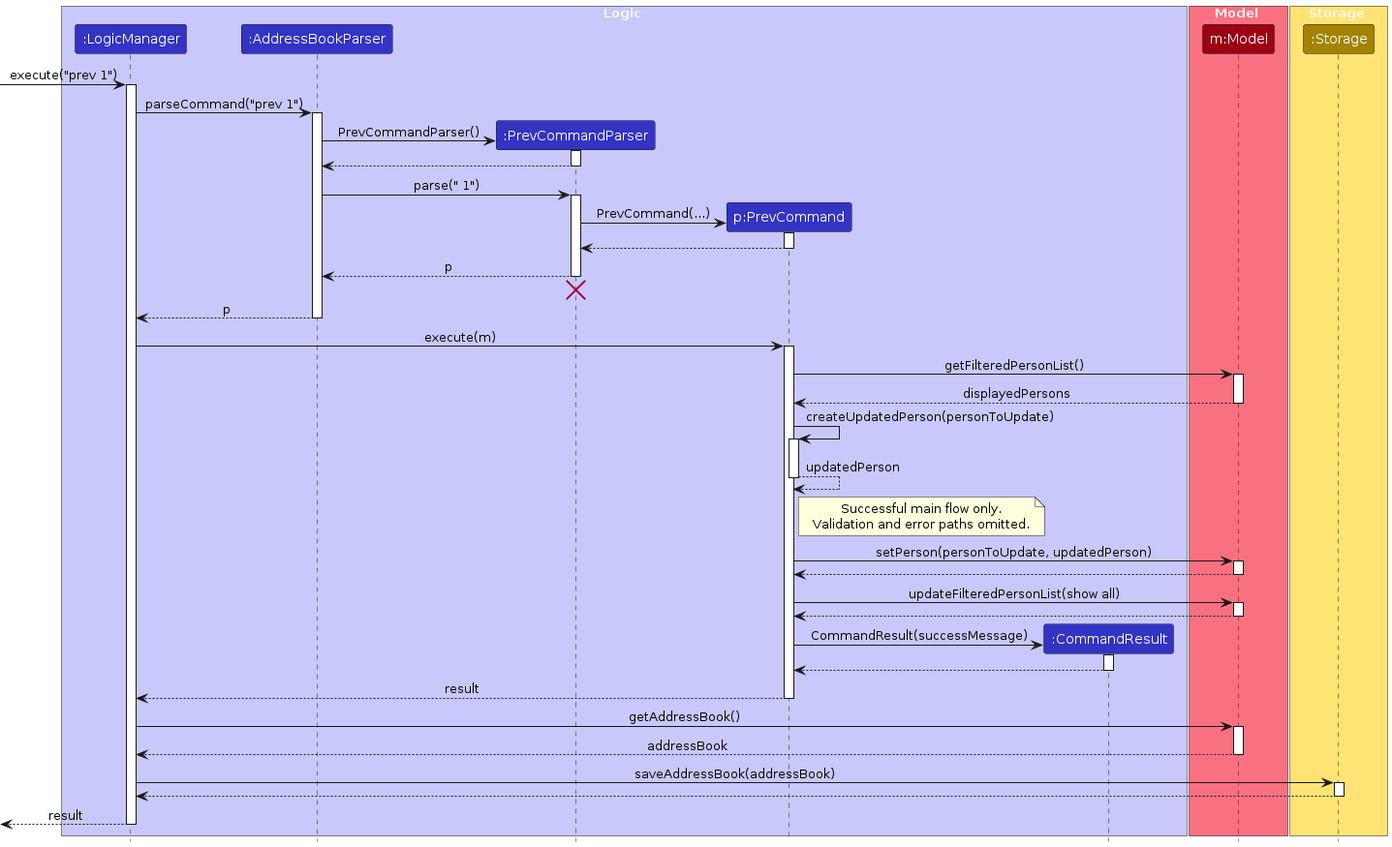
AY2627S1-CS2103T-T09-4/tp keeps this PlantUML diagram as diagrams/PrevSequenceDiagram.png. Above is the earlier version. Its source is kept beside it as diagrams/PrevSequenceDiagram.puml. Its diagram source:
```plantuml
@startuml
!include style.puml
skinparam ArrowFontStyle plain

box Logic LOGIC_COLOR_T1
participant ":LogicManager" as LogicManager LOGIC_COLOR
participant ":AddressBookParser" as AddressBookParser LOGIC_COLOR
participant ":PrevCommandParser" as PrevCommandParser LOGIC_COLOR
participant "p:PrevCommand" as PrevCommand LOGIC_COLOR
participant ":CommandResult" as CommandResult LOGIC_COLOR
end box

box Model MODEL_COLOR_T1
participant "m:Model" as Model MODEL_COLOR
end box

box Storage STORAGE_COLOR_T1
participant ":Storage" as Storage STORAGE_COLOR
end box

[-> LogicManager : execute("prev 1")
activate LogicManager

LogicManager -> AddressBookParser : parseCommand("prev 1")
activate AddressBookParser

create PrevCommandParser
AddressBookParser -> PrevCommandParser : PrevCommandParser()
activate PrevCommandParser
PrevCommandParser --> AddressBookParser
deactivate PrevCommandParser

AddressBookParser -> PrevCommandParser : parse(" 1")
activate PrevCommandParser

create PrevCommand
PrevCommandParser -> PrevCommand : PrevCommand(...)
activate PrevCommand

PrevCommand --> PrevCommandParser
deactivate PrevCommand

PrevCommandParser --> AddressBookParser : p
deactivate PrevCommandParser

PrevCommandParser -[hidden]-> AddressBookParser
destroy PrevCommandParser

AddressBookParser --> LogicManager : p
deactivate AddressBookParser

LogicManager -> PrevCommand : execute(m)
activate PrevCommand

PrevCommand -> Model : getFilteredPersonList()
activate Model
Model --> PrevCommand : displayedPersons
deactivate Model

PrevCommand -> PrevCommand : createUpdatedPerson(personToUpdate)
activate PrevCommand
PrevCommand --> PrevCommand : updatedPerson
deactivate PrevCommand

note right of PrevCommand
  Successful main flow only.
  Validation and error paths omitted.
end note

PrevCommand -> Model : setPerson(personToUpdate, updatedPerson)
activate Model
Model --> PrevCommand
deactivate Model

PrevCommand -> Model : updateFilteredPersonList(show all)
activate Model
Model --> PrevCommand
deactivate Model

create CommandResult
PrevCommand -> CommandResult : CommandResult(successMessage)
activate CommandResult
CommandResult --> PrevCommand
deactivate CommandResult

PrevCommand --> LogicManager : result
deactivate PrevCommand

LogicManager -> Model : getAddressBook()
activate Model
Model --> LogicManager : addressBook
deactivate Model

LogicManager -> Storage : saveAddressBook(addressBook)
activate Storage
Storage --> LogicManager
deactivate Storage

[<--LogicManager : result
deactivate LogicManager
@enduml
```
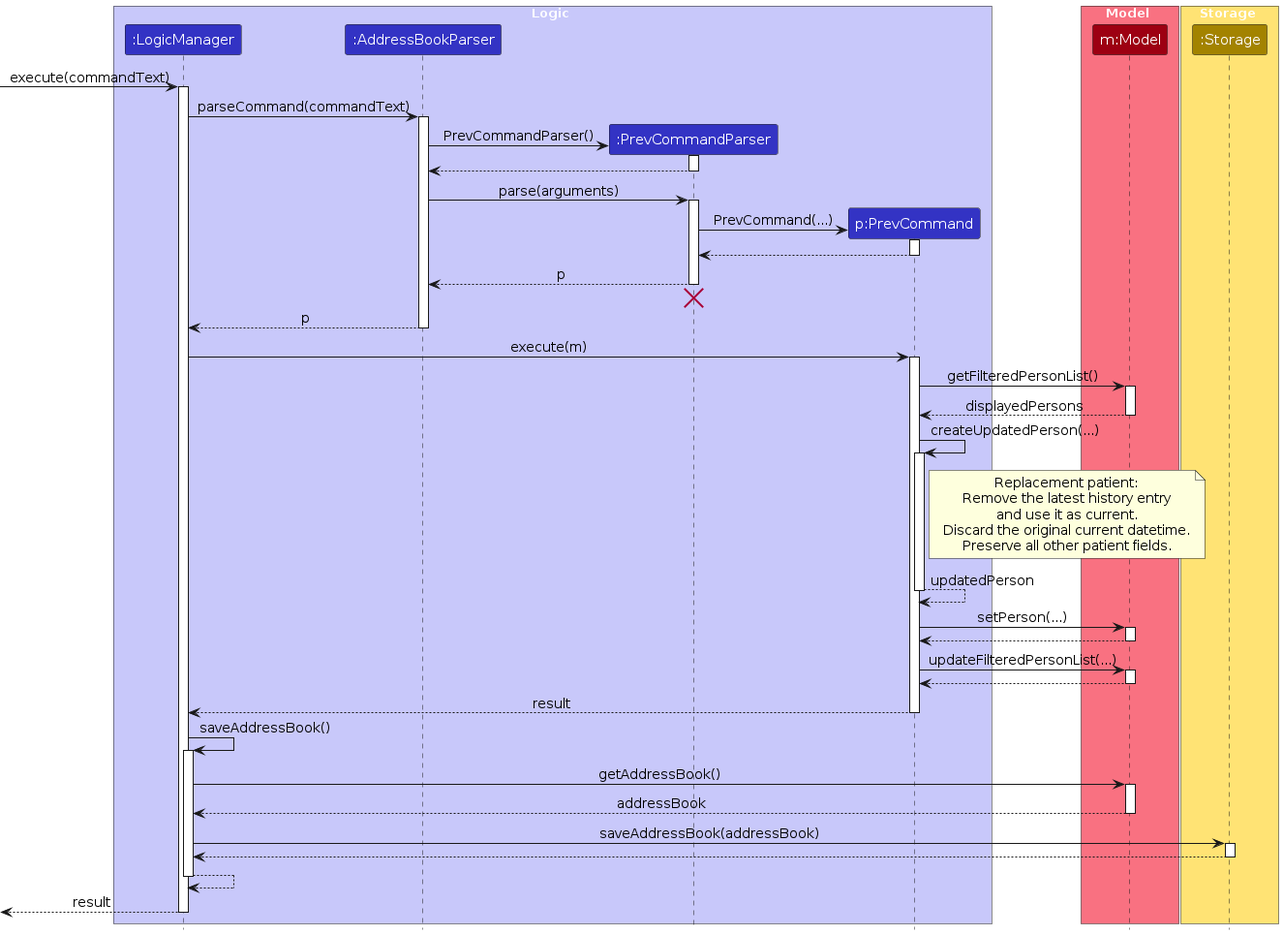
Above is the later version.

Diff of the diagram source:
```diff
@@ -1,13 +1,25 @@
 @startuml
 !include style.puml
 skinparam ArrowFontStyle plain
+
+skinparam ParticipantPadding 6
+skinparam Participant {
+  FontSize 15
+  Padding 8
+}
+skinparam Sequence {
+  ArrowFontSize 14
+  ParticipantFontSize 15
+}
+skinparam Note {
+  FontSize 14
+}
 
 box Logic LOGIC_COLOR_T1
 participant ":LogicManager" as LogicManager LOGIC_COLOR
 participant ":AddressBookParser" as AddressBookParser LOGIC_COLOR
 participant ":PrevCommandParser" as PrevCommandParser LOGIC_COLOR
 participant "p:PrevCommand" as PrevCommand LOGIC_COLOR
-participant ":CommandResult" as CommandResult LOGIC_COLOR
 end box
 
 box Model MODEL_COLOR_T1
@@ -18,10 +30,10 @@
 participant ":Storage" as Storage STORAGE_COLOR
 end box
 
-[-> LogicManager : execute("prev 1")
+[-> LogicManager : execute(commandText)
 activate LogicManager
 
-LogicManager -> AddressBookParser : parseCommand("prev 1")
+LogicManager -> AddressBookParser : parseCommand(commandText)
 activate AddressBookParser
 
 create PrevCommandParser
@@ -30,7 +42,7 @@
 PrevCommandParser --> AddressBookParser
 deactivate PrevCommandParser
 
-AddressBookParser -> PrevCommandParser : parse(" 1")
+AddressBookParser -> PrevCommandParser : parse(arguments)
 activate PrevCommandParser
 
 create PrevCommand
@@ -57,35 +69,33 @@
 Model --> PrevCommand : displayedPersons
 deactivate Model
 
-PrevCommand -> PrevCommand : createUpdatedPerson(personToUpdate)
+PrevCommand -> PrevCommand : createUpdatedPerson(...)
 activate PrevCommand
+note right of PrevCommand
+  Replacement patient:
+  Remove the latest history entry
+  and use it as current.
+  Discard the original current datetime.
+  Preserve all other patient fields.
+end note
 PrevCommand --> PrevCommand : updatedPerson
 deactivate PrevCommand
 
-note right of PrevCommand
-  Successful main flow only.
-  Validation and error paths omitted.
-end note
-
-PrevCommand -> Model : setPerson(personToUpdate, updatedPerson)
+PrevCommand -> Model : setPerson(...)
 activate Model
 Model --> PrevCommand
 deactivate Model
 
-PrevCommand -> Model : updateFilteredPersonList(show all)
+PrevCommand -> Model : updateFilteredPersonList(...)
 activate Model
 Model --> PrevCommand
 deactivate Model
 
-create CommandResult
-PrevCommand -> CommandResult : CommandResult(successMessage)
-activate CommandResult
-CommandResult --> PrevCommand
-deactivate CommandResult
-
 PrevCommand --> LogicManager : result
 deactivate PrevCommand
 
+LogicManager -> LogicManager : saveAddressBook()
+activate LogicManager
 LogicManager -> Model : getAddressBook()
 activate Model
 Model --> LogicManager : addressBook
@@ -96,6 +106,9 @@
 Storage --> LogicManager
 deactivate Storage
 
+LogicManager --> LogicManager
+deactivate LogicManager
+
 [<--LogicManager : result
 deactivate LogicManager
 @enduml
```
